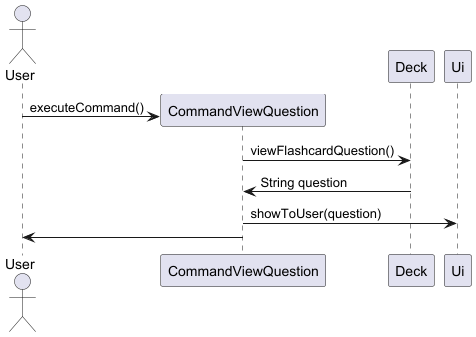
Above: docs/images/ViewQuestionSequenceDiagram.png in felfelyuen/tp (PlantUML), before the change.
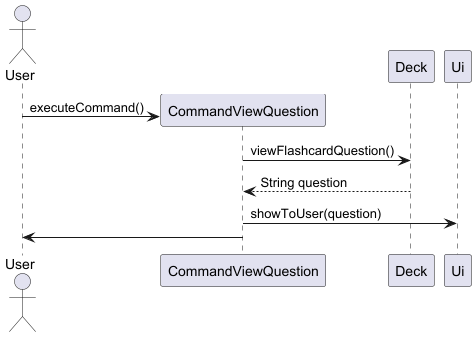
After the commit.

The edit, as a diff of the source:
```diff
@@ -2,7 +2,7 @@
 actor User
 User -> CommandViewQuestion **: executeCommand()
 CommandViewQuestion -> Deck: viewFlashcardQuestion()
-Deck -> CommandViewQuestion: String question
+Deck --> CommandViewQuestion: String question
 CommandViewQuestion -> Ui: showToUser(question)
 
 
```
